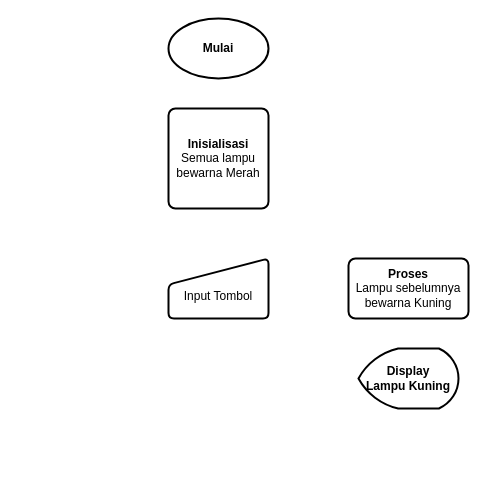
Hidayadie/Alprog keeps this draw.io diagram as Semester 2/Komunikasi Data/flowchart project.drawio. Above is the earlier version. Source tidied: cells renumbered, new cells numbered last; positions are measured from the earlier drawing's top-left corner, leaving out a move shared by most shapes. Both pictures are drawn from the tidied source at 100%, with x=0, y=0 at pixel (168, 18).
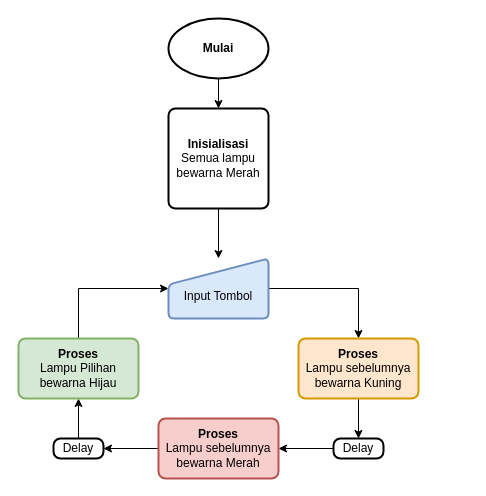
After the change.

Change to the diagram source:
```diff
@@
 <mxGraphModel>
   <root>
     <mxCell id="0" />
     <mxCell id="1" parent="0" />
+    <mxCell id="7" style="edgeStyle=orthogonalEdgeStyle;rounded=0;jettySize=auto;html=1;" parent="1" edge="1" source="2" target="3">
+      <mxGeometry relative="1" as="geometry" />
+    </mxCell>
     <mxCell id="2" value="&lt;b&gt;Mulai&lt;/b&gt;" style="strokeWidth=2;html=1;shape=mxgraph.flowchart.start_1;whiteSpace=wrap;" parent="1" vertex="1">
       <mxGeometry width="100" height="60" as="geometry" />
     </mxCell>
+    <mxCell id="8" style="edgeStyle=orthogonalEdgeStyle;rounded=0;jettySize=auto;html=1;exitX=0.5;exitY=1;exitDx=0;exitDy=0;entryX=0.5;entryY=0;entryDx=0;entryDy=0;" parent="1" edge="1" source="3" target="4">
+      <mxGeometry relative="1" as="geometry" />
+    </mxCell>
     <mxCell id="3" value="&lt;b&gt;Inisialisasi&lt;/b&gt;&lt;br&gt;Semua lampu bewarna Merah" style="rounded=1;whiteSpace=wrap;html=1;absoluteArcSize=1;arcSize=14;strokeWidth=2;" parent="1" vertex="1">
       <mxGeometry y="90" width="100" height="100" as="geometry" />
     </mxCell>
+    <mxCell id="9" style="edgeStyle=orthogonalEdgeStyle;rounded=0;jettySize=auto;html=1;exitX=1;exitY=0.5;exitDx=0;exitDy=0;entryX=0.5;entryY=0;entryDx=0;entryDy=0;" parent="1" edge="1" source="4" target="5">
+      <mxGeometry relative="1" as="geometry" />
+    </mxCell>
-    <mxCell id="4" value="&lt;br&gt;Input Tombol" style="html=1;strokeWidth=2;shape=manualInput;whiteSpace=wrap;rounded=1;size=26;arcSize=11;" parent="1" vertex="1">
+    <mxCell id="4" value="&lt;br&gt;Input Tombol" style="html=1;strokeWidth=2;shape=manualInput;whiteSpace=wrap;rounded=1;size=26;arcSize=11;fillColor=#dae8fc;strokeColor=#6c8ebf;" parent="1" vertex="1">
       <mxGeometry y="240" width="100" height="60" as="geometry" />
     </mxCell>
+    <mxCell id="10" style="edgeStyle=orthogonalEdgeStyle;rounded=0;jettySize=auto;html=1;exitX=0.5;exitY=1;exitDx=0;exitDy=0;entryX=0.5;entryY=0;entryDx=0;entryDy=0;" parent="1" edge="1" source="5" target="12">
+      <mxGeometry relative="1" as="geometry" />
+    </mxCell>
-    <mxCell id="5" value="&lt;b&gt;Proses&lt;/b&gt;&lt;br&gt;Lampu sebelumnya bewarna Kuning" style="rounded=1;whiteSpace=wrap;html=1;absoluteArcSize=1;arcSize=14;strokeWidth=2;" parent="1" vertex="1">
-      <mxGeometry x="180" y="240" width="120" height="60" as="geometry" />
+    <mxCell id="5" value="&lt;b&gt;Proses&lt;/b&gt;&lt;br&gt;Lampu sebelumnya bewarna Kuning" style="rounded=1;whiteSpace=wrap;html=1;absoluteArcSize=1;arcSize=14;strokeWidth=2;fillColor=#ffe6cc;strokeColor=#d79b00;" parent="1" vertex="1">
+      <mxGeometry x="130" y="320" width="120" height="60" as="geometry" />
     </mxCell>
-    <mxCell id="6" value="&lt;b&gt;Display&lt;br&gt;Lampu Kuning&lt;/b&gt;" style="strokeWidth=2;html=1;shape=mxgraph.flowchart.display;whiteSpace=wrap;" parent="1" vertex="1">
-      <mxGeometry x="190" y="330" width="100" height="60" as="geometry" />
-    </mxCell>
+    <mxCell id="11" style="edgeStyle=orthogonalEdgeStyle;rounded=0;jettySize=auto;html=1;exitX=0;exitY=0.5;exitDx=0;exitDy=0;entryX=1;entryY=0.5;entryDx=0;entryDy=0;" parent="1" edge="1" source="12" target="14">
+      <mxGeometry relative="1" as="geometry" />
+    </mxCell>
+    <mxCell id="12" value="Delay" style="rounded=1;whiteSpace=wrap;html=1;absoluteArcSize=1;arcSize=14;strokeWidth=2;" parent="1" vertex="1">
+      <mxGeometry x="165" y="420" width="50" height="20" as="geometry" />
+    </mxCell>
+    <mxCell id="13" style="edgeStyle=orthogonalEdgeStyle;rounded=0;jettySize=auto;html=1;exitX=0;exitY=0.5;exitDx=0;exitDy=0;entryX=1;entryY=0.5;entryDx=0;entryDy=0;" parent="1" edge="1" source="14" target="16">
+      <mxGeometry relative="1" as="geometry" />
+    </mxCell>
+    <mxCell id="14" value="&lt;b&gt;Proses&lt;/b&gt;&lt;br&gt;Lampu sebelumnya bewarna Merah" style="rounded=1;whiteSpace=wrap;html=1;absoluteArcSize=1;arcSize=14;strokeWidth=2;fillColor=#f8cecc;strokeColor=#b85450;" parent="1" vertex="1">
+      <mxGeometry x="-10" y="400" width="120" height="60" as="geometry" />
+    </mxCell>
+    <mxCell id="15" style="edgeStyle=orthogonalEdgeStyle;rounded=0;jettySize=auto;html=1;exitX=0.5;exitY=0;exitDx=0;exitDy=0;entryX=0.5;entryY=1;entryDx=0;entryDy=0;" parent="1" edge="1" source="16" target="18">
+      <mxGeometry relative="1" as="geometry" />
+    </mxCell>
+    <mxCell id="16" value="Delay" style="rounded=1;whiteSpace=wrap;html=1;absoluteArcSize=1;arcSize=14;strokeWidth=2;" parent="1" vertex="1">
+      <mxGeometry x="-115" y="420" width="50" height="20" as="geometry" />
+    </mxCell>
+    <mxCell id="17" style="edgeStyle=orthogonalEdgeStyle;rounded=0;jettySize=auto;html=1;exitX=0.5;exitY=0;exitDx=0;exitDy=0;entryX=0;entryY=0.5;entryDx=0;entryDy=0;" parent="1" edge="1" source="18" target="4">
+      <mxGeometry relative="1" as="geometry" />
+    </mxCell>
+    <mxCell id="18" value="&lt;b&gt;Proses&lt;/b&gt;&lt;br&gt;Lampu Pilihan bewarna Hijau" style="rounded=1;whiteSpace=wrap;html=1;absoluteArcSize=1;arcSize=14;strokeWidth=2;fillColor=#d5e8d4;strokeColor=#82b366;" parent="1" vertex="1">
+      <mxGeometry x="-150" y="320" width="120" height="60" as="geometry" />
+    </mxCell>
   </root>
 </mxGraphModel>
```
